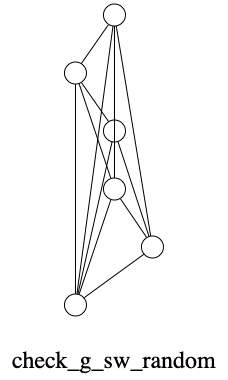
udothemath/cs224w_graph keeps this Graphviz diagram as hw1-bundle/check_g_sw_random.png. Above is the earlier version. Its source is kept beside it as hw1-bundle/check_g_sw_random.dot.
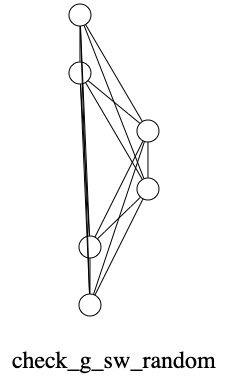
The same file after the commit.

The edit, as a diff of the source:
```diff
@@ -18,6 +18,7 @@
   0 -- 5;
   1 -- 2;
   1 -- 3;
+  1 -- 4;
   1 -- 5;
   2 -- 3;
   2 -- 4;
```
